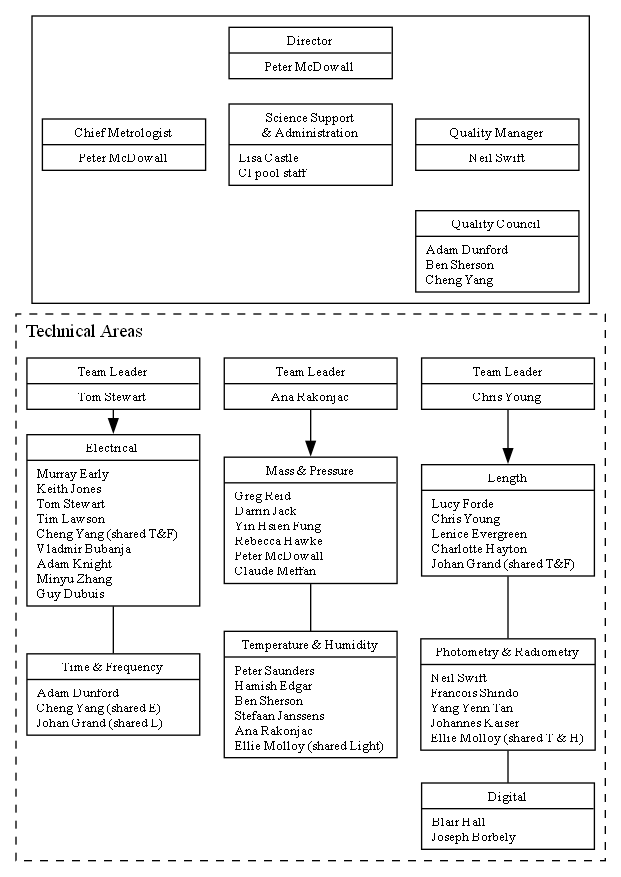
Above: quality_manual_document/pictures/MSL_org_full.png in MSLNZ/Quality-Manual (Graphviz), before the change. Its source is kept beside it as quality_manual_document/pictures/MSL_org_full.gv.
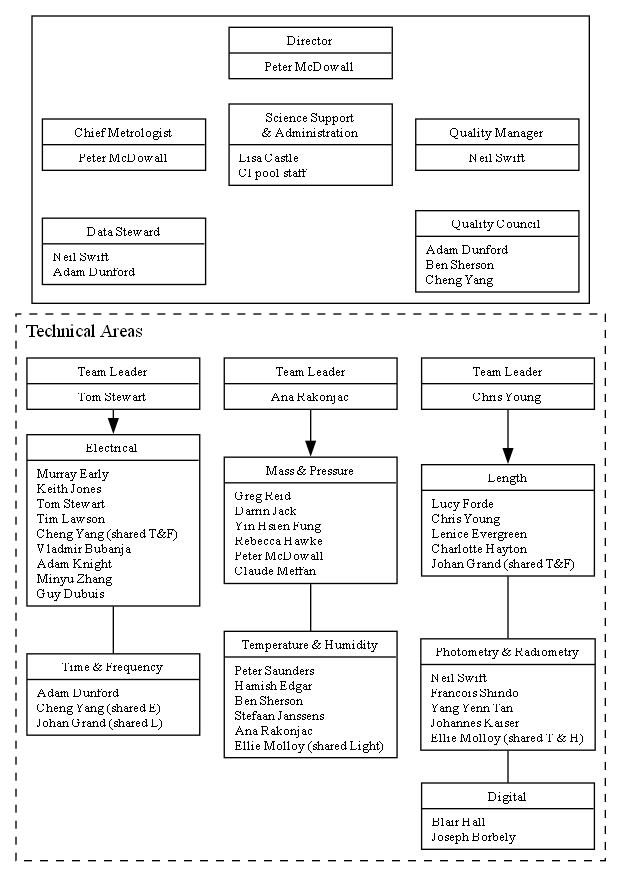
Later version of the same file.

What changed in the source:
```diff
@@ -43,7 +43,7 @@
 
         {rank=same; CM, SSC, QM; }
 
-		B3 [style=invis];
+		B3 [label = "{" + "Data Steward" + "|" + "Neil Swift\l" + "Adam Dunford\l" + "}"];
 		B4 [style=invis];
         MQC [
             label="{Quality Council |"
```
